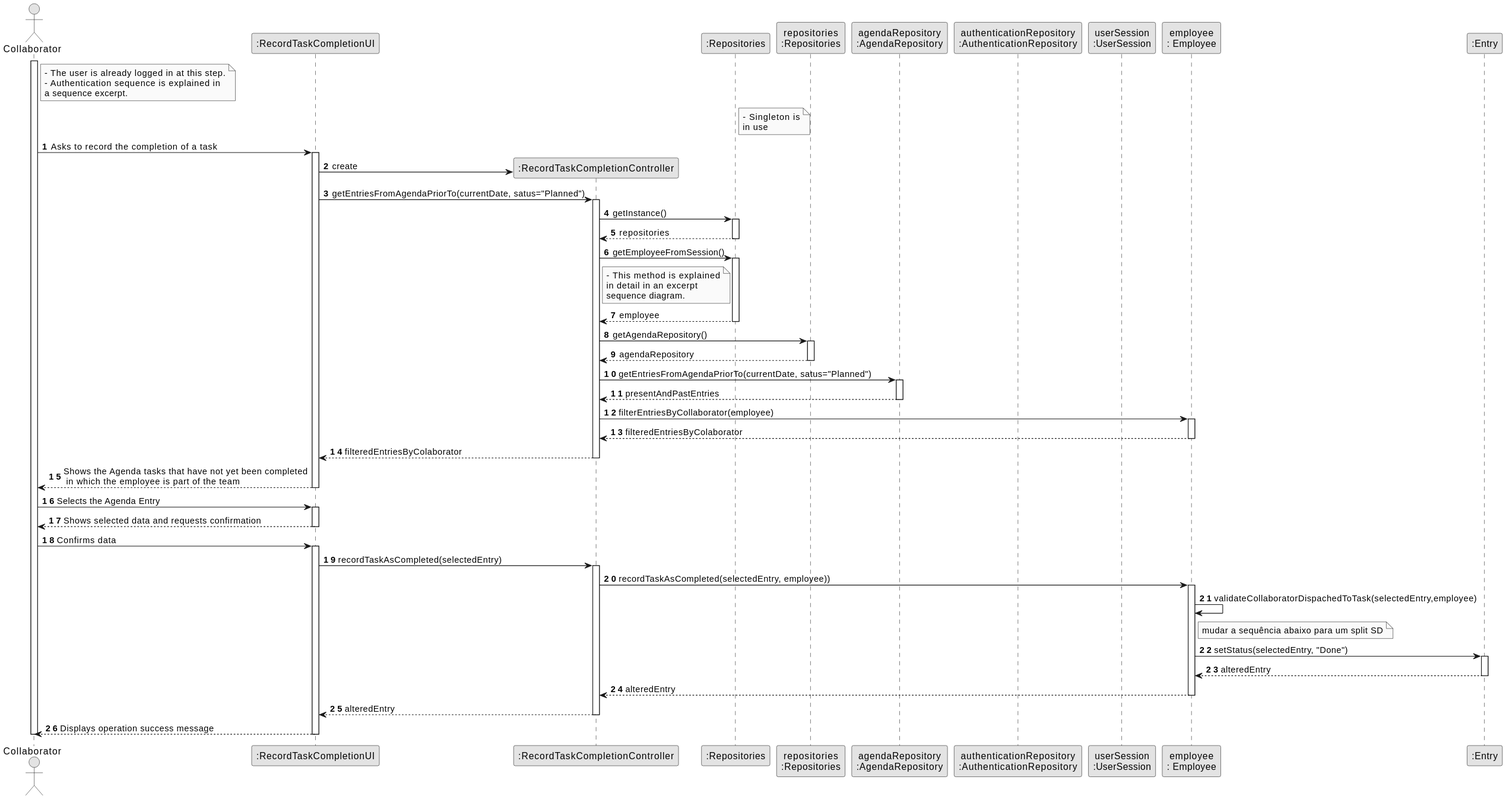
Before: docs/sprintC/us29/03.design/svg/us29-sequence-diagram-full.svg, a diagram exported from PlantUML (Paulo-Pereira-at-ISEP/lei-24-s2-1nanb-g321).
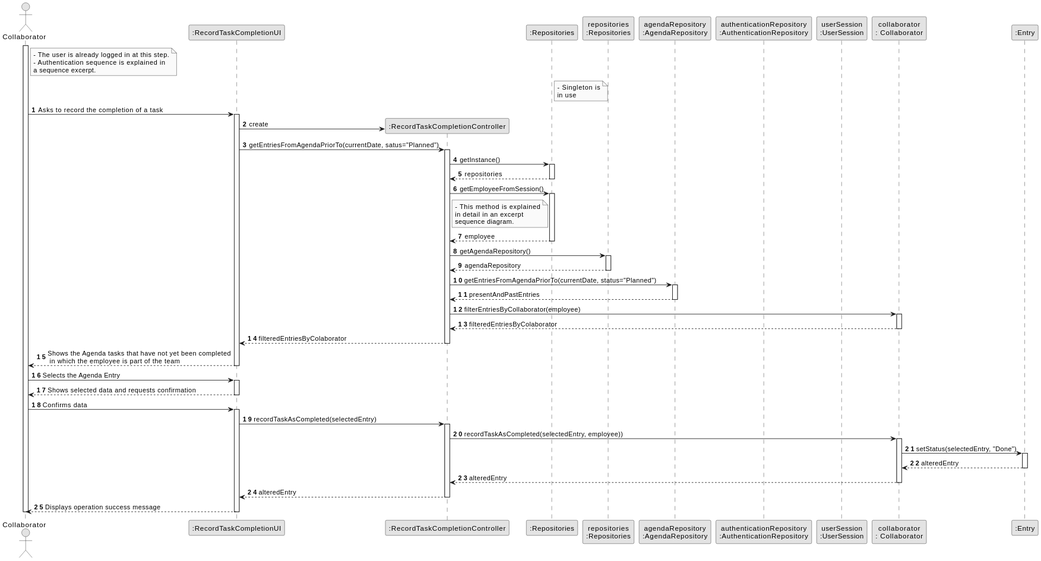
The same file after the commit.

What changed in the source:
```diff
@@ -13,7 +13,7 @@
 participant "agendaRepository\n:AgendaRepository" as agendaRepository
 participant "authenticationRepository\n:AuthenticationRepository" as AUTH_REPO
 participant "userSession\n:UserSession" as USR_SESSION
-participant "employee\n: Employee" as CLBTR
+participant "collaborator\n: Collaborator" as CLBTR
 participant ":Entry" as entry
 
 
@@ -65,7 +65,7 @@
                     rep --> controller: agendaRepository
                 deactivate rep
 
-                controller -> agendaRepository : getEntriesFromAgendaPriorTo(currentDate, satus="Planned")
+                controller -> agendaRepository : getEntriesFromAgendaPriorTo(currentDate, status="Planned")
 
 
                 activate agendaRepository
@@ -114,16 +114,10 @@
 
                     activate CLBTR
 
-
-                        CLBTR -> CLBTR : validateCollaboratorDispachedToTask(selectedEntry,employee)
-
-                        note right CLBTR
-                        mudar a sequência abaixo para um split SD
-                        end note
-
                         CLBTR -> entry :setStatus(selectedEntry, "Done")
 
                         activate entry
+
                             entry --> CLBTR : alteredEntry
 
                         deactivate entry
```
